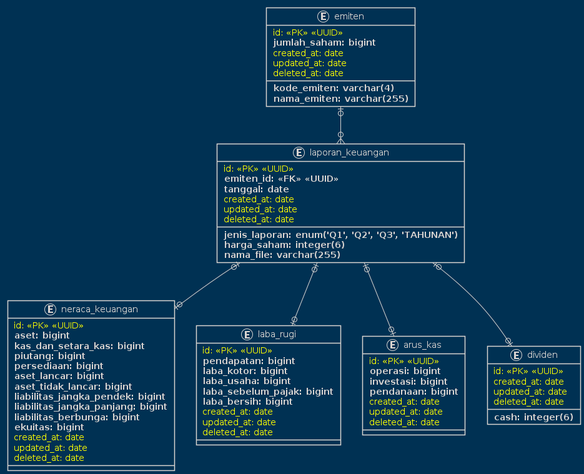
Earlier version of the PlantUML export erd-laporan-keuangan/laporan_emiten.png (lukmanharun1/laporan_keuangan).
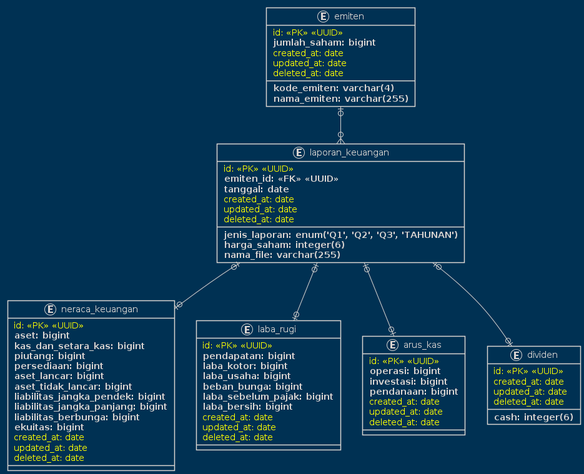
The same file after the commit.

Commit message:
menambahkan column beban bunga di table laba_rugi bagian ERD

What changed in the source:
```diff
@@ -23,6 +23,7 @@
     ** pendapatan: bigint **
     ** laba_kotor: bigint **
     ** laba_usaha: bigint **
+    ** beban_bunga: bigint **
     ** laba_sebelum_pajak: bigint **
     ** laba_bersih: bigint **
     <color:yellow> created_at: date</color>
```
